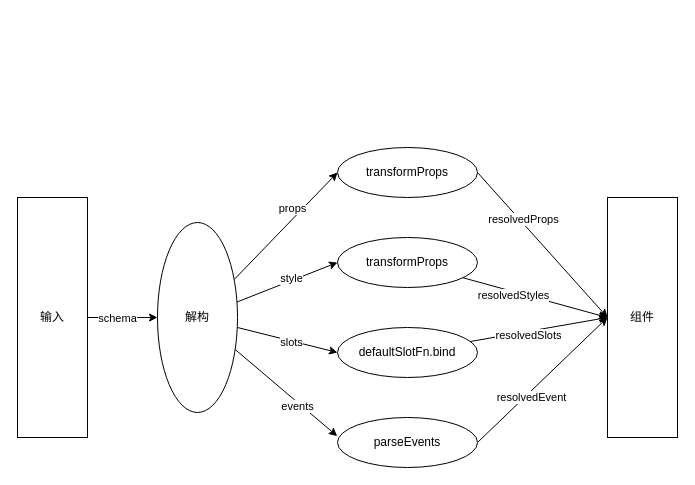
Before: 渲染组件数据流.drawio in object-kaz/cpplearn, a draw.io diagram. Source tidied: cells renumbered, new cells numbered last; positions are measured from the earlier drawing's top-left corner, leaving out a move shared by most shapes. Both pictures are drawn from the tidied source at 100%, with x=0, y=0 at pixel (17, 147).
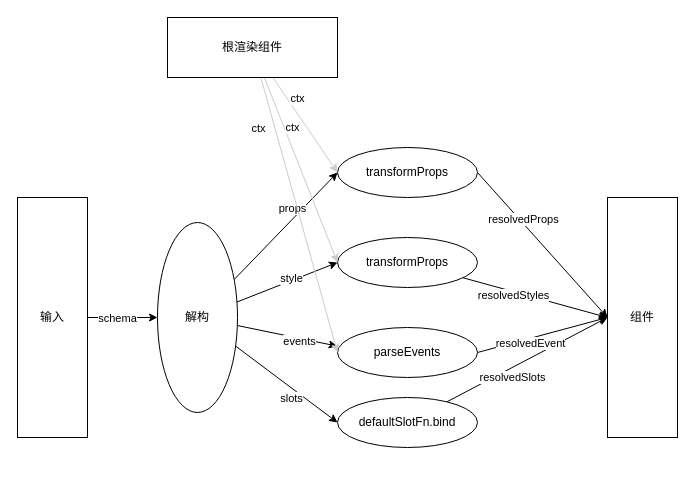
After the change.

Commit message:
更新渲染组件数据流.drawio

The change refers to these unchanged cells:
```xml
<mxCell id="19" value="transformProps" style="shape=ellipse;html=1;dashed=0;whiteSpace=wrap;perimeter=ellipsePerimeter;" parent="1" vertex="1">
  <mxGeometry x="320" y="90" width="140" height="50" as="geometry" />
</mxCell>
<mxCell id="22" value="transformProps" style="shape=ellipse;html=1;dashed=0;whiteSpace=wrap;perimeter=ellipsePerimeter;" parent="1" vertex="1">
  <mxGeometry x="320" width="140" height="50" as="geometry" />
</mxCell>
```

Diff of the diagram source:
```diff
@@
     <mxCell id="16" value="&lt;div&gt;defaultSlotFn.bind&lt;/div&gt;" style="shape=ellipse;html=1;dashed=0;whiteSpace=wrap;perimeter=ellipsePerimeter;" parent="1" vertex="1">
-      <mxGeometry x="320" y="180" width="140" height="50" as="geometry" />
+      <mxGeometry x="320" y="250" width="140" height="50" as="geometry" />
     </mxCell>
@@
     <mxCell id="25" value="parseEvents" style="shape=ellipse;html=1;dashed=0;whiteSpace=wrap;perimeter=ellipsePerimeter;" parent="1" vertex="1">
-      <mxGeometry x="320" y="270" width="140" height="50" as="geometry" />
+      <mxGeometry x="320" y="180" width="140" height="50" as="geometry" />
     </mxCell>
@@
+    <mxCell id="27" style="edgeStyle=none;shape=connector;rounded=0;jettySize=auto;html=1;entryX=0;entryY=0.5;entryDx=0;entryDy=0;labelBackgroundColor=default;strokeColor=#CCCCCC;fontFamily=Helvetica;fontSize=11;fontColor=default;endArrow=classic;" parent="1" edge="1" source="33" target="22">
+      <mxGeometry relative="1" as="geometry" />
+    </mxCell>
+    <mxCell id="28" value="ctx" style="edgeLabel;html=1;align=center;verticalAlign=middle;fontSize=11;fontFamily=Helvetica;fontColor=default;" parent="27" vertex="1">
+      <mxGeometry x="0.22" y="1" relative="1" as="geometry">
+        <mxPoint x="-16" y="-37" as="offset" />
+      </mxGeometry>
+    </mxCell>
+    <mxCell id="29" style="edgeStyle=none;shape=connector;rounded=0;jettySize=auto;html=1;entryX=0;entryY=0.5;entryDx=0;entryDy=0;labelBackgroundColor=default;strokeColor=#CCCCCC;fontFamily=Helvetica;fontSize=11;fontColor=default;endArrow=classic;" parent="1" edge="1" source="33" target="19">
+      <mxGeometry relative="1" as="geometry" />
+    </mxCell>
+    <mxCell id="30" value="ctx" style="edgeLabel;html=1;align=center;verticalAlign=middle;fontSize=11;fontFamily=Helvetica;fontColor=default;" parent="29" vertex="1">
+      <mxGeometry x="-0.18" y="-2" relative="1" as="geometry">
+        <mxPoint x="-1" y="-27" as="offset" />
+      </mxGeometry>
+    </mxCell>
+    <mxCell id="31" style="edgeStyle=none;shape=connector;rounded=0;jettySize=auto;html=1;entryX=0;entryY=0.5;entryDx=0;entryDy=0;labelBackgroundColor=default;strokeColor=#CCCCCC;fontFamily=Helvetica;fontSize=11;fontColor=default;endArrow=classic;" parent="1" edge="1" source="33" target="25">
+      <mxGeometry relative="1" as="geometry" />
+    </mxCell>
+    <mxCell id="32" value="ctx" style="edgeLabel;html=1;align=center;verticalAlign=middle;fontSize=11;fontFamily=Helvetica;fontColor=default;" parent="31" vertex="1">
+      <mxGeometry x="-0.07" y="1" relative="1" as="geometry">
+        <mxPoint x="-40" y="-77" as="offset" />
+      </mxGeometry>
+    </mxCell>
+    <mxCell id="33" value="根渲染组件" style="html=1;dashed=0;whiteSpace=wrap;" parent="1" vertex="1">
+      <mxGeometry x="150" y="-130" width="170" height="60" as="geometry" />
+    </mxCell>
```
